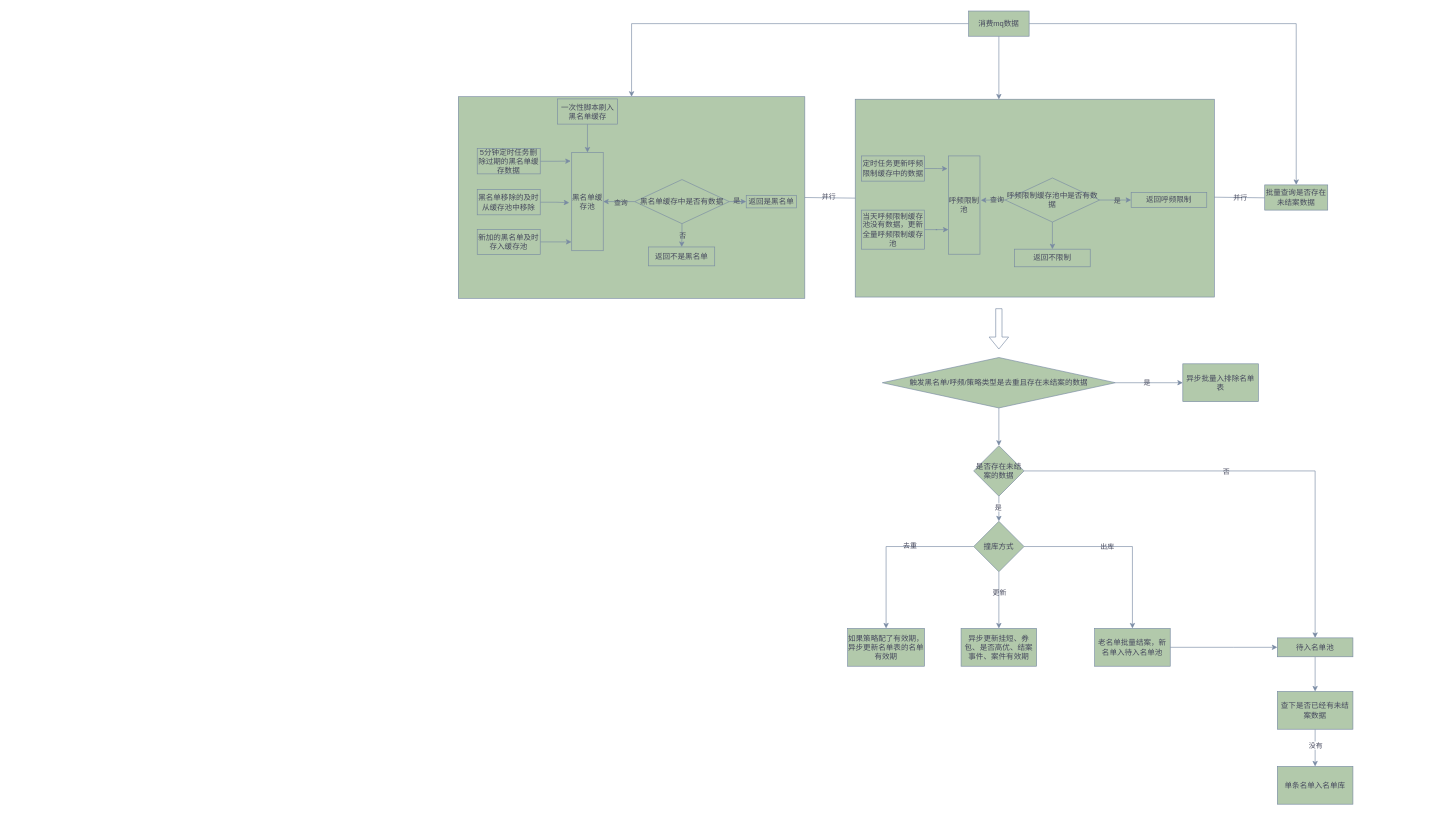
Above: 电销v1名单入库流程图.drawio in yuanlj-tea/picgo (draw.io), before the change. Source tidied: cells renumbered, new cells numbered last; positions are measured from the earlier drawing's top-left corner, leaving out a move shared by most shapes. Both pictures are drawn from the tidied source at 63%, with x=0, y=0 at pixel (458, 11).
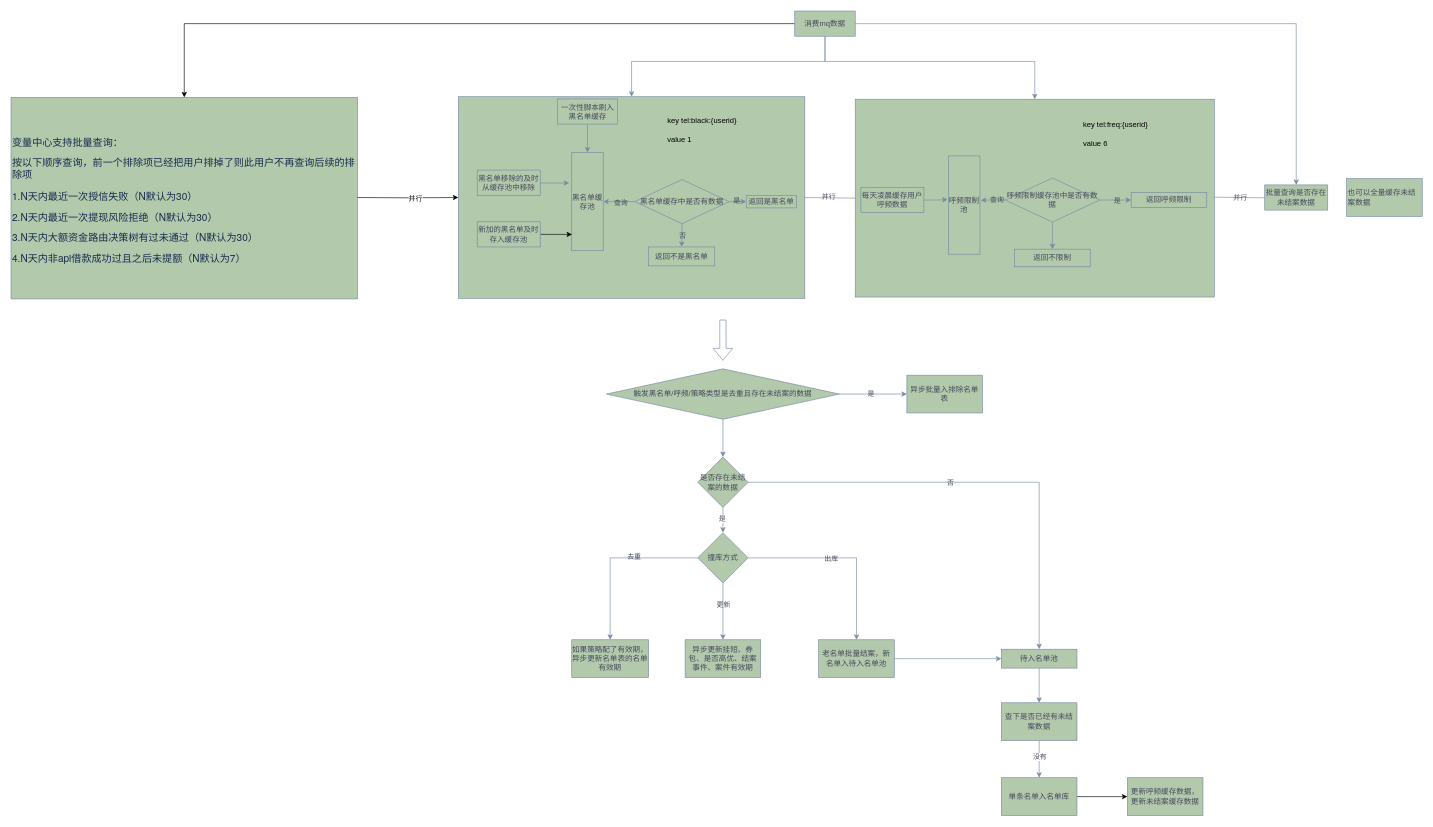
The same diagram, later.

Commit message:
更新电销v1名单入库流程图.drawio

Unchanged cells that the change refers to:
```xml
<mxCell id="2" style="rounded=0;whiteSpace=wrap;html=1;labelBackgroundColor=none;fillColor=#B2C9AB;strokeColor=#788AA3;fontColor=#46495D;" parent="1" vertex="1">
  <mxGeometry x="630" y="140" width="570" height="314" as="geometry" />
</mxCell>
<mxCell id="3" style="rounded=0;whiteSpace=wrap;html=1;labelBackgroundColor=none;fillColor=#B2C9AB;strokeColor=#788AA3;fontColor=#46495D;" parent="1" vertex="1">
  <mxGeometry y="136" width="550" height="320" as="geometry" />
</mxCell>
<mxCell id="21" value="黑名单缓存池" style="rounded=0;whiteSpace=wrap;html=1;labelBackgroundColor=none;fillColor=#B2C9AB;strokeColor=#788AA3;fontColor=#46495D;" parent="1" vertex="1">
  <mxGeometry x="180" y="224.5" width="50" height="156" as="geometry" />
</mxCell>
<mxCell id="32" value="呼频限制池" style="rounded=0;whiteSpace=wrap;html=1;labelBackgroundColor=none;fillColor=#B2C9AB;strokeColor=#788AA3;fontColor=#46495D;" parent="1" vertex="1">
  <mxGeometry x="778" y="230" width="50" height="156" as="geometry" />
</mxCell>
```

Change to the diagram source:
```diff
@@
+    <mxCell id="72" style="rounded=0;whiteSpace=wrap;html=1;labelBackgroundColor=none;fillColor=#B2C9AB;strokeColor=#788AA3;fontColor=#46495D;" parent="1" vertex="1">
+      <mxGeometry x="-710" y="137" width="550" height="320" as="geometry" />
+    </mxCell>
@@
     <mxCell id="4" style="edgeStyle=orthogonalEdgeStyle;rounded=0;jettySize=auto;html=1;labelBackgroundColor=none;strokeColor=#788AA3;fontColor=default;" parent="1" edge="1" source="7" target="3">
-      <mxGeometry relative="1" as="geometry" />
+      <mxGeometry relative="1" as="geometry">
+        <Array as="points">
+          <mxPoint x="582" y="80" />
+          <mxPoint x="275" y="80" />
+        </Array>
+      </mxGeometry>
     </mxCell>
-    <mxCell id="5" style="edgeStyle=orthogonalEdgeStyle;rounded=0;jettySize=auto;html=1;entryX=0.4;entryY=0.001;entryDx=0;entryDy=0;entryPerimeter=0;labelBackgroundColor=none;strokeColor=#788AA3;fontColor=default;" parent="1" edge="1" source="7" target="2">
-      <mxGeometry relative="1" as="geometry" />
+    <mxCell id="5" style="edgeStyle=orthogonalEdgeStyle;rounded=0;jettySize=auto;html=1;entryX=0.5;entryY=0;entryDx=0;entryDy=0;labelBackgroundColor=none;strokeColor=#788AA3;fontColor=default;" parent="1" edge="1" source="7" target="2">
+      <mxGeometry relative="1" as="geometry">
+        <Array as="points">
+          <mxPoint x="582" y="80" />
+          <mxPoint x="915" y="80" />
+        </Array>
+      </mxGeometry>
     </mxCell>
@@
+    <mxCell id="73" style="edgeStyle=orthogonalEdgeStyle;rounded=0;jettySize=auto;html=1;entryX=0.5;entryY=0;entryDx=0;entryDy=0;" parent="1" edge="1" source="7" target="72">
+      <mxGeometry relative="1" as="geometry" />
+    </mxCell>
     <mxCell id="7" value="消费mq数据" style="rounded=0;whiteSpace=wrap;html=1;labelBackgroundColor=none;fillColor=#B2C9AB;strokeColor=#788AA3;fontColor=#46495D;" parent="1" vertex="1">
-      <mxGeometry x="810" width="96" height="40" as="geometry" />
+      <mxGeometry x="534" width="96" height="40" as="geometry" />
     </mxCell>
-    <mxCell id="8" style="edgeStyle=orthogonalEdgeStyle;rounded=0;jettySize=auto;html=1;entryX=-0.032;entryY=0.088;entryDx=0;entryDy=0;entryPerimeter=0;labelBackgroundColor=none;strokeColor=#788AA3;fontColor=default;" parent="1" edge="1" source="9" target="21">
-      <mxGeometry relative="1" as="geometry" />
-    </mxCell>
-    <mxCell id="9" value="5分钟定时任务删除过期的黑名单缓存数据" style="rounded=0;whiteSpace=wrap;html=1;labelBackgroundColor=none;fillColor=#B2C9AB;strokeColor=#788AA3;fontColor=#46495D;" parent="1" vertex="1">
-      <mxGeometry x="30" y="218.5" width="100" height="40" as="geometry" />
-    </mxCell>
@@
-    <mxCell id="19" style="edgeStyle=orthogonalEdgeStyle;rounded=0;jettySize=auto;html=1;entryX=-0.079;entryY=0.511;entryDx=0;entryDy=0;entryPerimeter=0;labelBackgroundColor=none;strokeColor=#788AA3;fontColor=default;" parent="1" edge="1" source="20" target="21">
-      <mxGeometry relative="1" as="geometry" />
+    <mxCell id="19" style="edgeStyle=orthogonalEdgeStyle;rounded=0;jettySize=auto;html=1;labelBackgroundColor=none;strokeColor=#788AA3;fontColor=default;" parent="1" edge="1" source="20">
+      <mxGeometry relative="1" as="geometry">
+        <mxPoint x="176" y="273" as="targetPoint" />
+        <Array as="points">
+          <mxPoint x="176" y="273" />
+        </Array>
+      </mxGeometry>
     </mxCell>
     <mxCell id="20" value="黑名单移除的及时从缓存池中移除" style="rounded=0;whiteSpace=wrap;html=1;labelBackgroundColor=none;fillColor=#B2C9AB;strokeColor=#788AA3;fontColor=#46495D;" parent="1" vertex="1">
-      <mxGeometry x="30" y="283.5" width="100" height="40" as="geometry" />
+      <mxGeometry x="30" y="252.5" width="100" height="40" as="geometry" />
     </mxCell>
@@
-    <mxCell id="28" style="edgeStyle=orthogonalEdgeStyle;rounded=0;jettySize=auto;html=1;entryX=-0.032;entryY=0.13;entryDx=0;entryDy=0;entryPerimeter=0;labelBackgroundColor=none;strokeColor=#788AA3;fontColor=default;" parent="1" edge="1" source="29" target="32">
+    <mxCell id="28" style="edgeStyle=orthogonalEdgeStyle;rounded=0;jettySize=auto;html=1;entryX=-0.024;entryY=0.444;entryDx=0;entryDy=0;labelBackgroundColor=none;strokeColor=#788AA3;fontColor=default;entryPerimeter=0;" parent="1" edge="1" source="29" target="32">
       <mxGeometry relative="1" as="geometry" />
     </mxCell>
-    <mxCell id="29" value="定时任务更新呼频限制缓存中的数据" style="rounded=0;whiteSpace=wrap;html=1;labelBackgroundColor=none;fillColor=#B2C9AB;strokeColor=#788AA3;fontColor=#46495D;" parent="1" vertex="1">
-      <mxGeometry x="640" y="230" width="100" height="40" as="geometry" />
+    <mxCell id="29" value="每天凌晨缓存用户呼频数据" style="rounded=0;whiteSpace=wrap;html=1;labelBackgroundColor=none;fillColor=#B2C9AB;strokeColor=#788AA3;fontColor=#46495D;" parent="1" vertex="1">
+      <mxGeometry x="639" y="280" width="100" height="40" as="geometry" />
     </mxCell>
-    <mxCell id="30" style="edgeStyle=orthogonalEdgeStyle;rounded=0;jettySize=auto;html=1;entryX=-0.008;entryY=0.91;entryDx=0;entryDy=0;entryPerimeter=0;labelBackgroundColor=none;strokeColor=#788AA3;fontColor=default;" parent="1" edge="1" source="31" target="21">
+    <mxCell id="30" style="edgeStyle=orthogonalEdgeStyle;rounded=0;jettySize=auto;html=1;entryX=0.011;entryY=0.834;entryDx=0;entryDy=0;entryPerimeter=0;" parent="1" edge="1" source="31" target="21">
       <mxGeometry relative="1" as="geometry" />
     </mxCell>
     <mxCell id="31" value="新加的黑名单及时存入缓存池" style="rounded=0;whiteSpace=wrap;html=1;labelBackgroundColor=none;fillColor=#B2C9AB;strokeColor=#788AA3;fontColor=#46495D;" parent="1" vertex="1">
-      <mxGeometry x="30" y="346.5" width="100" height="40" as="geometry" />
+      <mxGeometry x="30" y="334.5" width="100" height="40" as="geometry" />
     </mxCell>
@@
-    <mxCell id="33" style="edgeStyle=orthogonalEdgeStyle;rounded=0;jettySize=auto;html=1;entryX=0;entryY=0.75;entryDx=0;entryDy=0;labelBackgroundColor=none;strokeColor=#788AA3;fontColor=default;" parent="1" edge="1" source="34" target="32">
-      <mxGeometry relative="1" as="geometry" />
-    </mxCell>
-    <mxCell id="34" value="当天呼频限制缓存池没有数据，更新全量呼频限制缓存池" style="rounded=0;whiteSpace=wrap;html=1;labelBackgroundColor=none;fillColor=#B2C9AB;strokeColor=#788AA3;fontColor=#46495D;" parent="1" vertex="1">
-      <mxGeometry x="640" y="316" width="100" height="62" as="geometry" />
-    </mxCell>
@@
     <mxCell id="47" value="触发黑名单/呼频/策略类型是去重且存在未结案的数据" style="rhombus;whiteSpace=wrap;html=1;labelBackgroundColor=none;fillColor=#B2C9AB;strokeColor=#788AA3;fontColor=#46495D;" parent="1" vertex="1">
-      <mxGeometry x="673" y="550" width="370" height="80" as="geometry" />
+      <mxGeometry x="235" y="568" width="370" height="80" as="geometry" />
     </mxCell>
     <mxCell id="48" value="异步批量入排除名单表" style="whiteSpace=wrap;html=1;labelBackgroundColor=none;fillColor=#B2C9AB;strokeColor=#788AA3;fontColor=#46495D;" parent="1" vertex="1">
-      <mxGeometry x="1150" y="560" width="120" height="60" as="geometry" />
+      <mxGeometry x="712" y="578" width="120" height="60" as="geometry" />
     </mxCell>
     <mxCell id="49" style="shape=flexArrow;endArrow=classic;html=1;rounded=0;labelBackgroundColor=none;strokeColor=#788AA3;fontColor=default;" parent="1" edge="1">
       <mxGeometry relative="1" as="geometry">
-        <mxPoint x="858" y="472" as="sourcePoint" />
-        <mxPoint x="858" y="537" as="targetPoint" />
+        <mxPoint x="420" y="490" as="sourcePoint" />
+        <mxPoint x="420" y="555" as="targetPoint" />
       </mxGeometry>
     </mxCell>
@@
     <mxCell id="52" style="edgeStyle=orthogonalEdgeStyle;rounded=0;jettySize=auto;html=1;labelBackgroundColor=none;strokeColor=#788AA3;fontColor=default;" parent="1" edge="1" source="54" target="63">
       <mxGeometry relative="1" as="geometry">
         <Array as="points">
-          <mxPoint x="858" y="780" />
-          <mxPoint x="858" y="780" />
+          <mxPoint x="420" y="798" />
+          <mxPoint x="420" y="798" />
         </Array>
       </mxGeometry>
     </mxCell>
@@
     <mxCell id="54" value="是否存在未结案的数据" style="rhombus;whiteSpace=wrap;html=1;labelBackgroundColor=none;fillColor=#B2C9AB;strokeColor=#788AA3;fontColor=#46495D;" parent="1" vertex="1">
-      <mxGeometry x="818" y="690" width="80" height="80" as="geometry" />
+      <mxGeometry x="380" y="708" width="80" height="80" as="geometry" />
     </mxCell>
@@
     <mxCell id="56" value="待入名单池" style="whiteSpace=wrap;html=1;labelBackgroundColor=none;fillColor=#B2C9AB;strokeColor=#788AA3;fontColor=#46495D;" parent="1" vertex="1">
-      <mxGeometry x="1300" y="995" width="120" height="30" as="geometry" />
+      <mxGeometry x="862" y="1013" width="120" height="30" as="geometry" />
     </mxCell>
@@
     <mxCell id="63" value="撞库方式" style="rhombus;whiteSpace=wrap;html=1;labelBackgroundColor=none;fillColor=#B2C9AB;strokeColor=#788AA3;fontColor=#46495D;" parent="1" vertex="1">
-      <mxGeometry x="818" y="810" width="80" height="80" as="geometry" />
+      <mxGeometry x="380" y="828" width="80" height="80" as="geometry" />
     </mxCell>
     <mxCell id="64" value="如果策略配了有效期，异步更新名单表的名单有效期" style="rounded=0;whiteSpace=wrap;html=1;labelBackgroundColor=none;fillColor=#B2C9AB;strokeColor=#788AA3;fontColor=#46495D;" parent="1" vertex="1">
-      <mxGeometry x="618" y="980" width="122" height="60" as="geometry" />
+      <mxGeometry x="180" y="998" width="122" height="60" as="geometry" />
     </mxCell>
     <mxCell id="65" value="异步更新挂短、券包、是否高优、结案事件、案件有效期" style="whiteSpace=wrap;html=1;labelBackgroundColor=none;fillColor=#B2C9AB;strokeColor=#788AA3;fontColor=#46495D;" parent="1" vertex="1">
-      <mxGeometry x="798" y="980" width="120" height="60" as="geometry" />
+      <mxGeometry x="360" y="998" width="120" height="60" as="geometry" />
     </mxCell>
     <mxCell id="66" style="edgeStyle=orthogonalEdgeStyle;rounded=0;jettySize=auto;html=1;entryX=0;entryY=0.5;entryDx=0;entryDy=0;labelBackgroundColor=none;strokeColor=#788AA3;fontColor=default;" parent="1" edge="1" source="67" target="56">
       <mxGeometry relative="1" as="geometry">
         <Array as="points">
-          <mxPoint x="1230" y="1010" />
-          <mxPoint x="1230" y="1010" />
+          <mxPoint x="792" y="1028" />
+          <mxPoint x="792" y="1028" />
         </Array>
       </mxGeometry>
     </mxCell>
     <mxCell id="67" value="老名单批量结案，新名单入待入名单池" style="whiteSpace=wrap;html=1;labelBackgroundColor=none;fillColor=#B2C9AB;strokeColor=#788AA3;fontColor=#46495D;" parent="1" vertex="1">
-      <mxGeometry x="1010" y="980" width="120" height="60" as="geometry" />
+      <mxGeometry x="572" y="998" width="120" height="60" as="geometry" />
     </mxCell>
@@
     <mxCell id="70" value="查下是否已经有未结案数据" style="whiteSpace=wrap;html=1;labelBackgroundColor=none;fillColor=#B2C9AB;strokeColor=#788AA3;fontColor=#46495D;" parent="1" vertex="1">
-      <mxGeometry x="1300" y="1080" width="120" height="60" as="geometry" />
+      <mxGeometry x="862" y="1098" width="120" height="60" as="geometry" />
     </mxCell>
+    <mxCell id="74" style="edgeStyle=orthogonalEdgeStyle;rounded=0;jettySize=auto;html=1;" parent="1" edge="1" source="71" target="83">
+      <mxGeometry relative="1" as="geometry" />
+    </mxCell>
     <mxCell id="71" value="单条名单入名单库" style="whiteSpace=wrap;html=1;fillColor=#B2C9AB;strokeColor=#788AA3;fontColor=#46495D;labelBackgroundColor=none;" parent="1" vertex="1">
-      <mxGeometry x="1300" y="1199" width="120" height="60" as="geometry" />
+      <mxGeometry x="862" y="1217" width="120" height="60" as="geometry" />
     </mxCell>
+    <mxCell id="75" style="edgeStyle=orthogonalEdgeStyle;rounded=0;jettySize=auto;html=1;entryX=0;entryY=0.5;entryDx=0;entryDy=0;" parent="1" edge="1" target="3">
+      <mxGeometry relative="1" as="geometry">
+        <mxPoint x="-160" y="296" as="sourcePoint" />
+      </mxGeometry>
+    </mxCell>
+    <mxCell id="76" value="并行" style="edgeLabel;html=1;align=center;verticalAlign=middle;" parent="75" vertex="1">
+      <mxGeometry x="0.15" y="-1" relative="1" as="geometry" />
+    </mxCell>
+    <mxCell id="77" value="&lt;p style=&quot;word-break: break-word; margin: 0px 0px 1em; padding: 0px; list-style: none; line-height: inherit; cursor: text; color: rgb(24, 43, 80); font-family: &amp;quot;Microsoft YaHei&amp;quot;, &amp;quot;Helvetica Neue&amp;quot;, &amp;quot;PingFang SC&amp;quot;, sans-serif; font-size: 14px; font-style: normal; font-variant-ligatures: normal; font-variant-caps: normal; font-weight: 400; letter-spacing: normal; orphans: 2; text-align: left; text-indent: 0px; text-transform: none; widows: 2; word-spacing: 0px; -webkit-text-stroke-width: 0px; text-decoration-thickness: initial; text-decoration-style: initial; text-decoration-color: initial;&quot;&gt;&lt;span style=&quot;word-break: break-word; line-height: inherit; font-size: 16px;&quot;&gt;变量中心支持批量查询：&lt;/span&gt;&lt;/p&gt;&lt;p style=&quot;word-break: break-word; margin: 0px 0px 1em; padding: 0px; list-style: none; line-height: inherit; cursor: text; color: rgb(24, 43, 80); font-family: &amp;quot;Microsoft YaHei&amp;quot;, &amp;quot;Helvetica Neue&amp;quot;, &amp;quot;PingFang SC&amp;quot;, sans-serif; font-size: 14px; font-style: normal; font-variant-ligatures: normal; font-variant-caps: normal; font-weight: 400; letter-spacing: normal; orphans: 2; text-align: left; text-indent: 0px; text-transform: none; widows: 2; word-spacing: 0px; -webkit-text-stroke-width: 0px; text-decoration-thickness: initial; text-decoration-style: initial; text-decoration-color: initial;&quot;&gt;&lt;span style=&quot;word-break: break-word; line-height: inherit; font-size: 16px;&quot;&gt;按以下顺序查询，前一个排除项已经把用户排掉了则此用户不再查询后续的排除项&lt;/span&gt;&lt;/p&gt;&lt;p style=&quot;word-break: break-word; margin: 0px 0px 1em; padding: 0px; list-style: none; line-height: inherit; cursor: text; color: rgb(24, 43, 80); font-family: &amp;quot;Microsoft YaHei&amp;quot;, &amp;quot;Helvetica Neue&amp;quot;, &amp;quot;PingFang SC&amp;quot;, sans-serif; font-size: 14px; font-style: normal; font-variant-ligatures: normal; font-variant-caps: normal; font-weight: 400; letter-spacing: normal; orphans: 2; text-align: left; text-indent: 0px; text-transform: none; widows: 2; word-spacing: 0px; -webkit-text-stroke-width: 0px; text-decoration-thickness: initial; text-decoration-style: initial; text-decoration-color: initial;&quot;&gt;&lt;span style=&quot;word-break: break-word; line-height: inherit; font-size: 16px;&quot;&gt;1.N天内最近一次授信失败（N默认为30）&lt;/span&gt;&lt;/p&gt;&lt;p style=&quot;word-break: break-word; margin: 0px 0px 1em; padding: 0px; list-style: none; line-height: inherit; cursor: text; color: rgb(24, 43, 80); font-family: &amp;quot;Microsoft YaHei&amp;quot;, &amp;quot;Helvetica Neue&amp;quot;, &amp;quot;PingFang SC&amp;quot;, sans-serif; font-size: 14px; font-style: normal; font-variant-ligatures: normal; font-variant-caps: normal; font-weight: 400; letter-spacing: normal; orphans: 2; text-align: left; text-indent: 0px; text-transform: none; widows: 2; word-spacing: 0px; -webkit-text-stroke-width: 0px; text-decoration-thickness: initial; text-decoration-style: initial; text-decoration-color: initial;&quot;&gt;&lt;span style=&quot;word-break: break-word; line-height: inherit; font-size: 16px;&quot;&gt;2.N天内最近一次提现风险拒绝（N默认为30）&lt;/span&gt;&lt;/p&gt;&lt;p style=&quot;word-break: break-word; margin: 0px 0px 1em; padding: 0px; list-style: none; line-height: inherit; cursor: text; color: rgb(24, 43, 80); font-family: &amp;quot;Microsoft YaHei&amp;quot;, &amp;quot;Helvetica Neue&amp;quot;, &amp;quot;PingFang SC&amp;quot;, sans-serif; font-size: 14px; font-style: normal; font-variant-ligatures: normal; font-variant-caps: normal; font-weight: 400; letter-spacing: normal; orphans: 2; text-align: left; text-indent: 0px; text-transform: none; widows: 2; word-spacing: 0px; -webkit-text-stroke-width: 0px; text-decoration-thickness: initial; text-decoration-style: initial; text-decoration-color: initial;&quot;&gt;&lt;span style=&quot;word-break: break-word; line-height: inherit; font-size: 16px;&quot;&gt;3.N天内大额资金路由决策树有过未通过（N默认为30）&lt;/span&gt;&lt;/p&gt;&lt;p style=&quot;word-break: break-word; margin: 0px 0px 1em; padding: 0px; list-style: none; line-height: inherit; cursor: text; color: rgb(24, 43, 80); font-family: &amp;quot;Microsoft YaHei&amp;quot;, &amp;quot;Helvetica Neue&amp;quot;, &amp;quot;PingFang SC&amp;quot;, sans-serif; font-size: 14px; font-style: normal; font-variant-ligatures: normal; font-variant-caps: normal; font-weight: 400; letter-spacing: normal; orphans: 2; text-align: left; text-indent: 0px; text-transform: none; widows: 2; word-spacing: 0px; -webkit-text-stroke-width: 0px; text-decoration-thickness: initial; text-decoration-style: initial; text-decoration-color: initial;&quot;&gt;&lt;span style=&quot;word-break: break-word; line-height: inherit; font-size: 16px;&quot;&gt;4.N天内非api借款成功过且之后未提额（N默认为7）&lt;/span&gt;&lt;/p&gt;" style="text;whiteSpace=wrap;html=1;" parent="1" vertex="1">
+      <mxGeometry x="-710" y="191" width="560" height="210" as="geometry" />
+    </mxCell>
+    <mxCell id="78" value="key tel:black:{userid}" style="text;html=1;strokeColor=none;fillColor=none;align=left;verticalAlign=middle;whiteSpace=wrap;rounded=0;" parent="1" vertex="1">
+      <mxGeometry x="330" y="160" width="180" height="30" as="geometry" />
+    </mxCell>
+    <mxCell id="79" value="value 1" style="text;html=1;strokeColor=none;fillColor=none;align=left;verticalAlign=middle;whiteSpace=wrap;rounded=0;" parent="1" vertex="1">
+      <mxGeometry x="330" y="188.5" width="180" height="30" as="geometry" />
+    </mxCell>
+    <mxCell id="80" value="key tel:freq:{userid}" style="text;html=1;strokeColor=none;fillColor=none;align=left;verticalAlign=middle;whiteSpace=wrap;rounded=0;" parent="1" vertex="1">
+      <mxGeometry x="990" y="166" width="180" height="30" as="geometry" />
+    </mxCell>
+    <mxCell id="81" value="value 6" style="text;html=1;strokeColor=none;fillColor=none;align=left;verticalAlign=middle;whiteSpace=wrap;rounded=0;" parent="1" vertex="1">
+      <mxGeometry x="990" y="194.5" width="180" height="30" as="geometry" />
+    </mxCell>
+    <mxCell id="82" value="也可以全量缓存未结案数据" style="whiteSpace=wrap;html=1;labelBackgroundColor=none;fillColor=#B2C9AB;strokeColor=#788AA3;fontColor=#46495D;align=left;" parent="1" vertex="1">
+      <mxGeometry x="1410" y="266" width="120" height="60" as="geometry" />
+    </mxCell>
+    <mxCell id="83" value="更新呼频缓存数据，更新未结案缓存数据" style="whiteSpace=wrap;html=1;fillColor=#B2C9AB;strokeColor=#788AA3;fontColor=#46495D;labelBackgroundColor=none;" parent="1" vertex="1">
+      <mxGeometry x="1062" y="1217" width="120" height="60" as="geometry" />
+    </mxCell>
```
